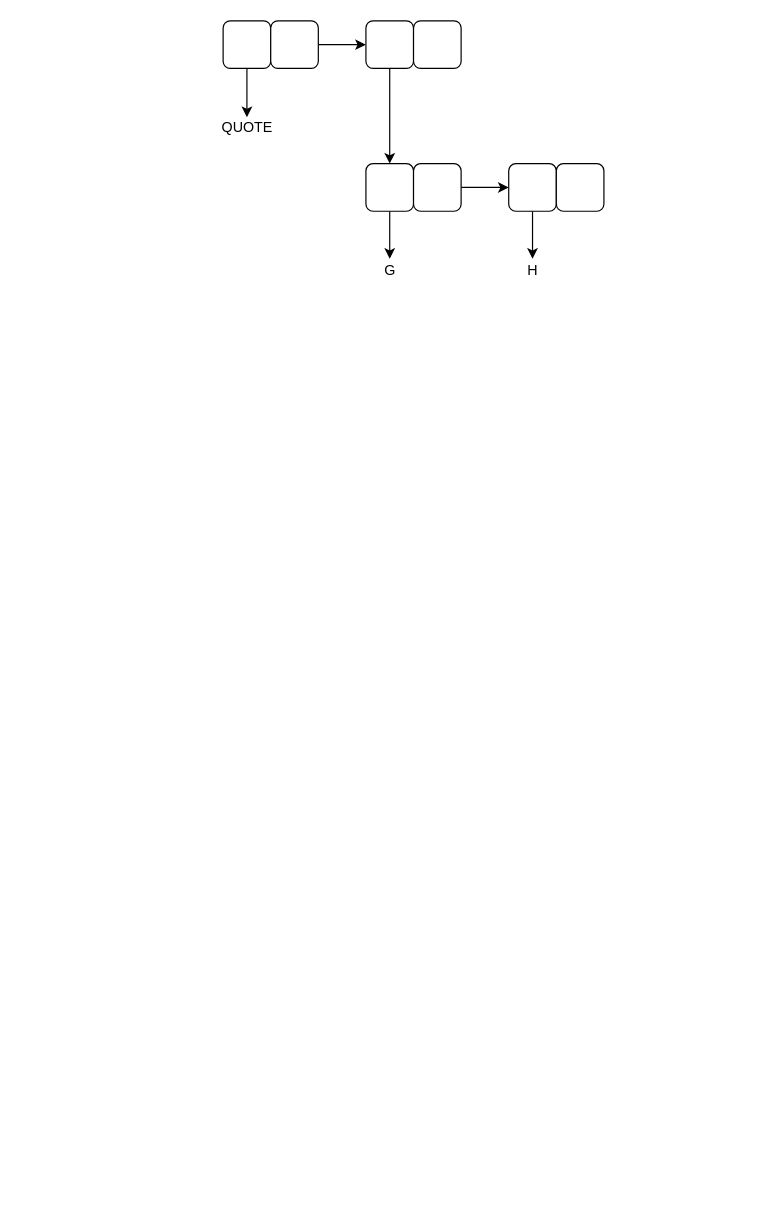
guitarvydas/cl-sector-lisp keeps this draw.io diagram as exampl2.drawio. Above is the earlier version. Source tidied: cells renumbered, new cells numbered last; positions are measured from the earlier drawing's top-left corner, leaving out a move shared by most shapes. Both pictures are drawn from the tidied source at 119%, with x=0, y=0 at pixel (211, 20).
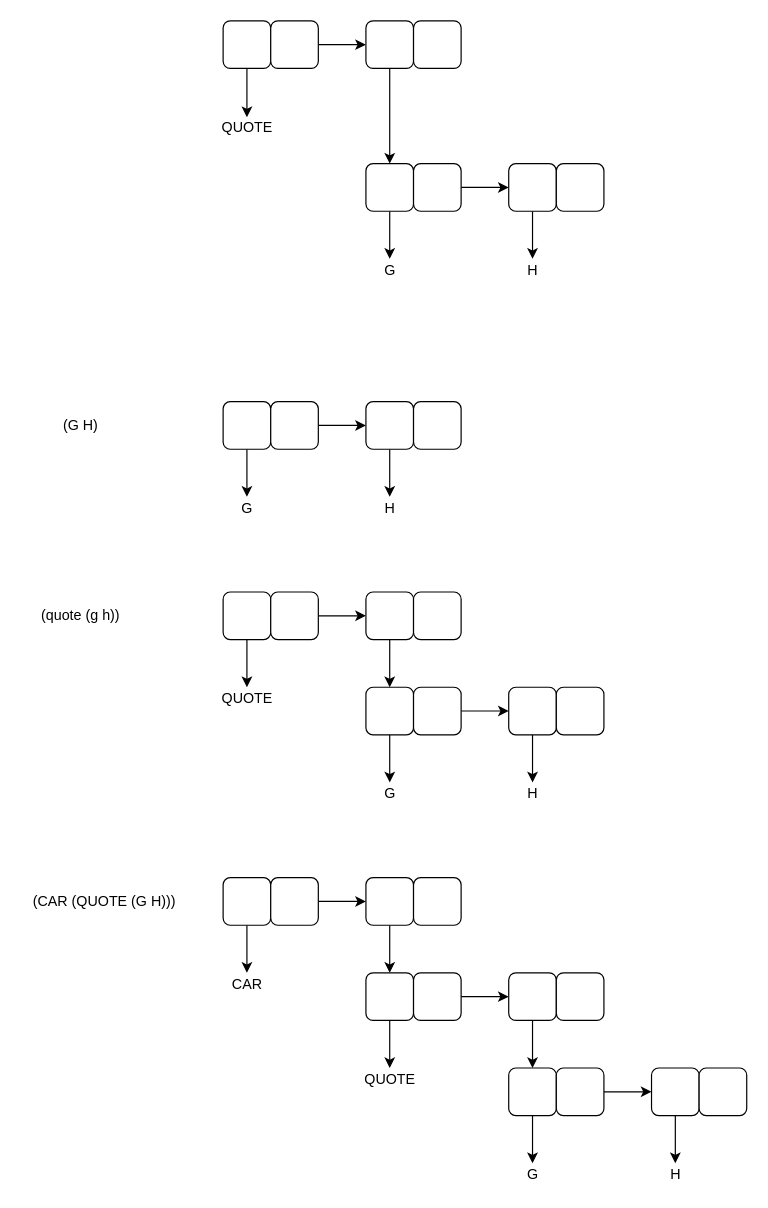
After the change.

Commit message (it also covers changes not shown here):
wip: print with format doo-dads

Change to the diagram source:
```diff
@@
+    <mxCell id="19" style="edgeStyle=orthogonalEdgeStyle;rounded=0;jettySize=auto;html=1;exitX=0.5;exitY=1;exitDx=0;exitDy=0;entryX=0.5;entryY=0;entryDx=0;entryDy=0;entryPerimeter=0;" parent="1" edge="1" source="20" target="26">
+      <mxGeometry relative="1" as="geometry" />
+    </mxCell>
+    <mxCell id="20" style="rounded=1;whiteSpace=wrap;html=1;" parent="1" vertex="1">
+      <mxGeometry x="10" y="320" width="40" height="40" as="geometry" />
+    </mxCell>
+    <mxCell id="21" style="edgeStyle=orthogonalEdgeStyle;rounded=0;jettySize=auto;html=1;exitX=1;exitY=0.5;exitDx=0;exitDy=0;" parent="1" edge="1" source="22" target="24">
+      <mxGeometry relative="1" as="geometry" />
+    </mxCell>
+    <mxCell id="22" style="rounded=1;whiteSpace=wrap;html=1;" parent="1" vertex="1">
+      <mxGeometry x="50" y="320" width="40" height="40" as="geometry" />
+    </mxCell>
+    <mxCell id="23" style="edgeStyle=orthogonalEdgeStyle;rounded=0;jettySize=auto;html=1;exitX=0.5;exitY=1;exitDx=0;exitDy=0;entryX=0.5;entryY=0;entryDx=0;entryDy=0;entryPerimeter=0;" parent="1" edge="1" source="24" target="27">
+      <mxGeometry relative="1" as="geometry" />
+    </mxCell>
+    <mxCell id="24" style="rounded=1;whiteSpace=wrap;html=1;" parent="1" vertex="1">
+      <mxGeometry x="130" y="320" width="40" height="40" as="geometry" />
+    </mxCell>
+    <mxCell id="25" style="rounded=1;whiteSpace=wrap;html=1;" parent="1" vertex="1">
+      <mxGeometry x="170" y="320" width="40" height="40" as="geometry" />
+    </mxCell>
+    <mxCell id="26" value="G" style="text;html=1;align=center;verticalAlign=middle;points=[];strokeColor=none;" parent="1" vertex="1">
+      <mxGeometry x="20" y="400" width="20" height="20" as="geometry" />
+    </mxCell>
+    <mxCell id="27" value="H" style="text;html=1;align=center;verticalAlign=middle;points=[];strokeColor=none;" parent="1" vertex="1">
+      <mxGeometry x="140" y="400" width="20" height="20" as="geometry" />
+    </mxCell>
+    <mxCell id="28" value="(G H)" style="text;html=1;align=center;verticalAlign=middle;strokeColor=none;" parent="1" vertex="1">
+      <mxGeometry x="-130" y="330" width="40" height="20" as="geometry" />
+    </mxCell>
+    <mxCell id="29" style="edgeStyle=orthogonalEdgeStyle;rounded=0;jettySize=auto;html=1;exitX=0.5;exitY=1;exitDx=0;exitDy=0;entryX=0.5;entryY=0;entryDx=0;entryDy=0;entryPerimeter=0;" parent="1" edge="1" source="30" target="36">
+      <mxGeometry relative="1" as="geometry" />
+    </mxCell>
+    <mxCell id="30" style="rounded=1;whiteSpace=wrap;html=1;" parent="1" vertex="1">
+      <mxGeometry x="130" y="560" width="40" height="40" as="geometry" />
+    </mxCell>
+    <mxCell id="31" style="edgeStyle=orthogonalEdgeStyle;rounded=0;jettySize=auto;html=1;exitX=1;exitY=0.5;exitDx=0;exitDy=0;" parent="1" edge="1" source="32" target="34">
+      <mxGeometry relative="1" as="geometry" />
+    </mxCell>
+    <mxCell id="32" style="rounded=1;whiteSpace=wrap;html=1;" parent="1" vertex="1">
+      <mxGeometry x="170" y="560" width="40" height="40" as="geometry" />
+    </mxCell>
+    <mxCell id="33" style="edgeStyle=orthogonalEdgeStyle;rounded=0;jettySize=auto;html=1;exitX=0.5;exitY=1;exitDx=0;exitDy=0;entryX=0.5;entryY=0;entryDx=0;entryDy=0;entryPerimeter=0;" parent="1" edge="1" source="34" target="37">
+      <mxGeometry relative="1" as="geometry" />
+    </mxCell>
+    <mxCell id="34" style="rounded=1;whiteSpace=wrap;html=1;" parent="1" vertex="1">
+      <mxGeometry x="250" y="560" width="40" height="40" as="geometry" />
+    </mxCell>
+    <mxCell id="35" style="rounded=1;whiteSpace=wrap;html=1;" parent="1" vertex="1">
+      <mxGeometry x="290" y="560" width="40" height="40" as="geometry" />
+    </mxCell>
+    <mxCell id="36" value="G" style="text;html=1;align=center;verticalAlign=middle;points=[];strokeColor=none;" parent="1" vertex="1">
+      <mxGeometry x="140" y="640" width="20" height="20" as="geometry" />
+    </mxCell>
+    <mxCell id="37" value="H" style="text;html=1;align=center;verticalAlign=middle;points=[];strokeColor=none;" parent="1" vertex="1">
+      <mxGeometry x="260" y="640" width="20" height="20" as="geometry" />
+    </mxCell>
+    <mxCell id="38" style="edgeStyle=orthogonalEdgeStyle;rounded=0;jettySize=auto;html=1;exitX=0.5;exitY=1;exitDx=0;exitDy=0;entryX=0.5;entryY=0;entryDx=0;entryDy=0;entryPerimeter=0;" parent="1" edge="1" source="39" target="42">
+      <mxGeometry relative="1" as="geometry" />
+    </mxCell>
+    <mxCell id="39" style="rounded=1;whiteSpace=wrap;html=1;" parent="1" vertex="1">
+      <mxGeometry x="10" y="480" width="40" height="40" as="geometry" />
+    </mxCell>
+    <mxCell id="40" style="edgeStyle=orthogonalEdgeStyle;rounded=0;jettySize=auto;html=1;exitX=1;exitY=0.5;exitDx=0;exitDy=0;entryX=0;entryY=0.5;entryDx=0;entryDy=0;" parent="1" edge="1" source="41" target="44">
+      <mxGeometry relative="1" as="geometry" />
+    </mxCell>
+    <mxCell id="41" style="rounded=1;whiteSpace=wrap;html=1;" parent="1" vertex="1">
+      <mxGeometry x="50" y="480" width="40" height="40" as="geometry" />
+    </mxCell>
+    <mxCell id="42" value="QUOTE" style="text;html=1;align=center;verticalAlign=middle;points=[];strokeColor=none;" parent="1" vertex="1">
+      <mxGeometry y="560" width="60" height="20" as="geometry" />
+    </mxCell>
+    <mxCell id="43" style="edgeStyle=orthogonalEdgeStyle;rounded=0;jettySize=auto;html=1;exitX=0.5;exitY=1;exitDx=0;exitDy=0;" parent="1" edge="1" source="44" target="30">
+      <mxGeometry relative="1" as="geometry" />
+    </mxCell>
+    <mxCell id="44" style="rounded=1;whiteSpace=wrap;html=1;" parent="1" vertex="1">
+      <mxGeometry x="130" y="480" width="40" height="40" as="geometry" />
+    </mxCell>
+    <mxCell id="45" style="rounded=1;whiteSpace=wrap;html=1;" parent="1" vertex="1">
+      <mxGeometry x="170" y="480" width="40" height="40" as="geometry" />
+    </mxCell>
+    <mxCell id="46" value="(quote (g h))" style="text;html=1;align=center;verticalAlign=middle;strokeColor=none;" parent="1" vertex="1">
+      <mxGeometry x="-150" y="490" width="80" height="20" as="geometry" />
+    </mxCell>
+    <mxCell id="47" style="edgeStyle=orthogonalEdgeStyle;rounded=0;jettySize=auto;html=1;exitX=0.5;exitY=1;exitDx=0;exitDy=0;entryX=0.5;entryY=0;entryDx=0;entryDy=0;entryPerimeter=0;" parent="1" edge="1" source="48">
+      <mxGeometry relative="1" as="geometry">
+        <mxPoint x="30" y="800" as="targetPoint" />
+      </mxGeometry>
+    </mxCell>
+    <mxCell id="48" style="rounded=1;whiteSpace=wrap;html=1;" parent="1" vertex="1">
+      <mxGeometry x="10" y="720" width="40" height="40" as="geometry" />
+    </mxCell>
+    <mxCell id="49" style="edgeStyle=orthogonalEdgeStyle;rounded=0;jettySize=auto;html=1;exitX=1;exitY=0.5;exitDx=0;exitDy=0;entryX=0;entryY=0.5;entryDx=0;entryDy=0;" parent="1" edge="1" source="50" target="52">
+      <mxGeometry relative="1" as="geometry" />
+    </mxCell>
+    <mxCell id="50" style="rounded=1;whiteSpace=wrap;html=1;" parent="1" vertex="1">
+      <mxGeometry x="50" y="720" width="40" height="40" as="geometry" />
+    </mxCell>
+    <mxCell id="51" style="edgeStyle=orthogonalEdgeStyle;rounded=0;jettySize=auto;html=1;exitX=0.5;exitY=1;exitDx=0;exitDy=0;entryX=0.5;entryY=0;entryDx=0;entryDy=0;" parent="1" edge="1" source="52" target="65">
+      <mxGeometry relative="1" as="geometry" />
+    </mxCell>
+    <mxCell id="52" style="rounded=1;whiteSpace=wrap;html=1;" parent="1" vertex="1">
+      <mxGeometry x="130" y="720" width="40" height="40" as="geometry" />
+    </mxCell>
+    <mxCell id="53" style="rounded=1;whiteSpace=wrap;html=1;" parent="1" vertex="1">
+      <mxGeometry x="170" y="720" width="40" height="40" as="geometry" />
+    </mxCell>
+    <mxCell id="54" value="CAR" style="text;html=1;align=center;verticalAlign=middle;strokeColor=none;" parent="1" vertex="1">
+      <mxGeometry x="10" y="800" width="40" height="20" as="geometry" />
+    </mxCell>
+    <mxCell id="55" style="edgeStyle=orthogonalEdgeStyle;rounded=0;jettySize=auto;html=1;exitX=0.5;exitY=1;exitDx=0;exitDy=0;entryX=0.5;entryY=0;entryDx=0;entryDy=0;entryPerimeter=0;" parent="1" edge="1" source="56" target="62">
+      <mxGeometry relative="1" as="geometry" />
+    </mxCell>
+    <mxCell id="56" style="rounded=1;whiteSpace=wrap;html=1;" parent="1" vertex="1">
+      <mxGeometry x="250" y="880" width="40" height="40" as="geometry" />
+    </mxCell>
+    <mxCell id="57" style="edgeStyle=orthogonalEdgeStyle;rounded=0;jettySize=auto;html=1;exitX=1;exitY=0.5;exitDx=0;exitDy=0;" parent="1" edge="1" source="58" target="60">
+      <mxGeometry relative="1" as="geometry" />
+    </mxCell>
+    <mxCell id="58" style="rounded=1;whiteSpace=wrap;html=1;" parent="1" vertex="1">
+      <mxGeometry x="290" y="880" width="40" height="40" as="geometry" />
+    </mxCell>
+    <mxCell id="59" style="edgeStyle=orthogonalEdgeStyle;rounded=0;jettySize=auto;html=1;exitX=0.5;exitY=1;exitDx=0;exitDy=0;entryX=0.5;entryY=0;entryDx=0;entryDy=0;entryPerimeter=0;" parent="1" edge="1" source="60" target="63">
+      <mxGeometry relative="1" as="geometry" />
+    </mxCell>
+    <mxCell id="60" style="rounded=1;whiteSpace=wrap;html=1;" parent="1" vertex="1">
+      <mxGeometry x="370" y="880" width="40" height="40" as="geometry" />
+    </mxCell>
+    <mxCell id="61" style="rounded=1;whiteSpace=wrap;html=1;" parent="1" vertex="1">
+      <mxGeometry x="410" y="880" width="40" height="40" as="geometry" />
+    </mxCell>
+    <mxCell id="62" value="G" style="text;html=1;align=center;verticalAlign=middle;points=[];strokeColor=none;" parent="1" vertex="1">
+      <mxGeometry x="260" y="960" width="20" height="20" as="geometry" />
+    </mxCell>
+    <mxCell id="63" value="H" style="text;html=1;align=center;verticalAlign=middle;points=[];strokeColor=none;" parent="1" vertex="1">
+      <mxGeometry x="380" y="960" width="20" height="20" as="geometry" />
+    </mxCell>
+    <mxCell id="64" style="edgeStyle=orthogonalEdgeStyle;rounded=0;jettySize=auto;html=1;exitX=0.5;exitY=1;exitDx=0;exitDy=0;entryX=0.5;entryY=0;entryDx=0;entryDy=0;entryPerimeter=0;" parent="1" edge="1" source="65" target="68">
+      <mxGeometry relative="1" as="geometry" />
+    </mxCell>
+    <mxCell id="65" style="rounded=1;whiteSpace=wrap;html=1;" parent="1" vertex="1">
+      <mxGeometry x="130" y="800" width="40" height="40" as="geometry" />
+    </mxCell>
+    <mxCell id="66" style="edgeStyle=orthogonalEdgeStyle;rounded=0;jettySize=auto;html=1;exitX=1;exitY=0.5;exitDx=0;exitDy=0;entryX=0;entryY=0.5;entryDx=0;entryDy=0;" parent="1" edge="1" source="67" target="70">
+      <mxGeometry relative="1" as="geometry" />
+    </mxCell>
+    <mxCell id="67" style="rounded=1;whiteSpace=wrap;html=1;" parent="1" vertex="1">
+      <mxGeometry x="170" y="800" width="40" height="40" as="geometry" />
+    </mxCell>
+    <mxCell id="68" value="QUOTE" style="text;html=1;align=center;verticalAlign=middle;points=[];strokeColor=none;" parent="1" vertex="1">
+      <mxGeometry x="120" y="880" width="60" height="20" as="geometry" />
+    </mxCell>
+    <mxCell id="69" style="edgeStyle=orthogonalEdgeStyle;rounded=0;jettySize=auto;html=1;exitX=0.5;exitY=1;exitDx=0;exitDy=0;" parent="1" edge="1" source="70" target="56">
+      <mxGeometry relative="1" as="geometry" />
+    </mxCell>
+    <mxCell id="70" style="rounded=1;whiteSpace=wrap;html=1;" parent="1" vertex="1">
+      <mxGeometry x="250" y="800" width="40" height="40" as="geometry" />
+    </mxCell>
+    <mxCell id="71" style="rounded=1;whiteSpace=wrap;html=1;" parent="1" vertex="1">
+      <mxGeometry x="290" y="800" width="40" height="40" as="geometry" />
+    </mxCell>
+    <mxCell id="72" value="(CAR (QUOTE (G H)))" style="text;html=1;align=center;verticalAlign=middle;strokeColor=none;" parent="1" vertex="1">
+      <mxGeometry x="-160" y="730" width="140" height="20" as="geometry" />
+    </mxCell>
```
